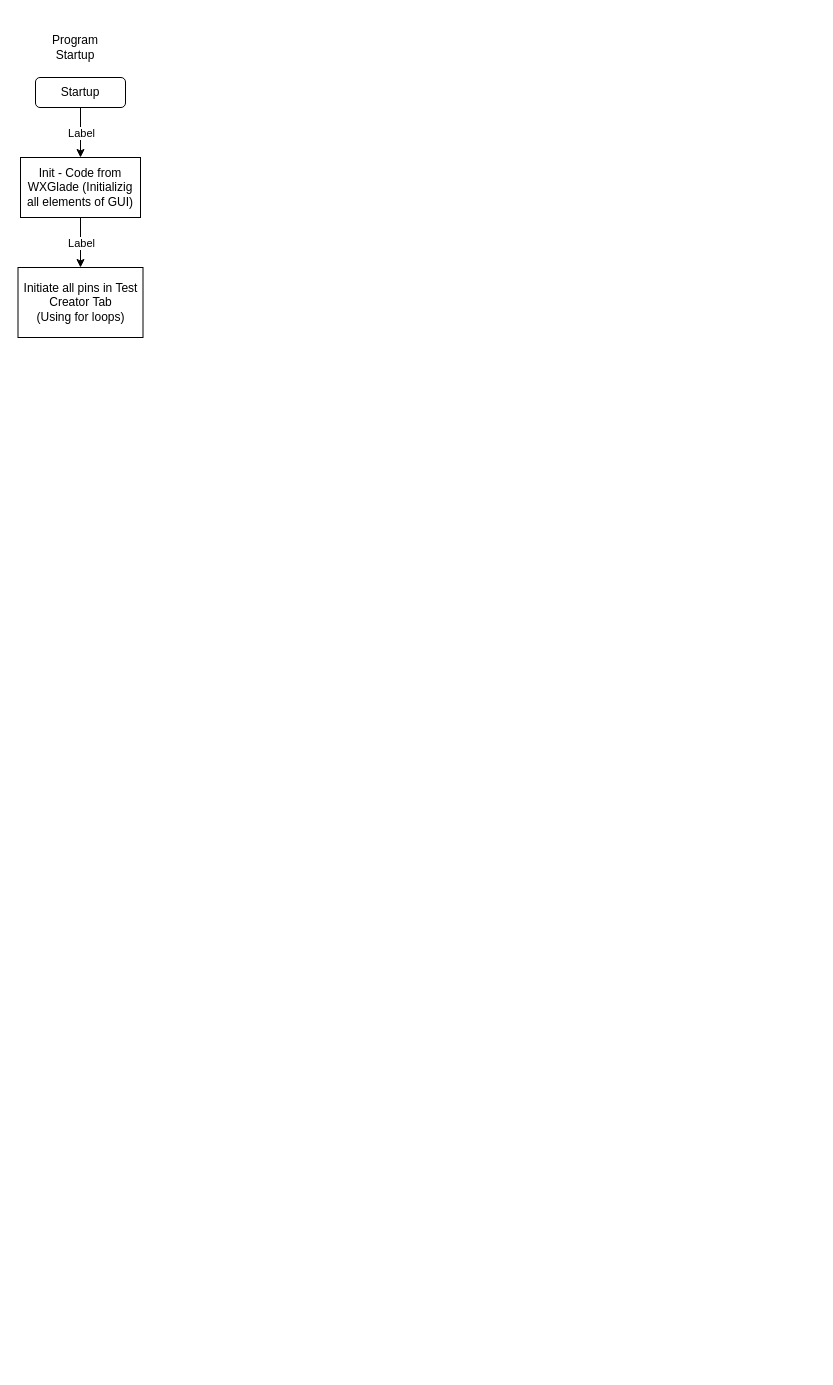
Above: Computer_App/Main_Control_Flow.drawio in calebschmurr/AUNA_Test_Box (draw.io), before the change. Source tidied: cells renumbered, new cells numbered last; positions are measured from the earlier drawing's top-left corner, leaving out a move shared by most shapes. Both pictures are drawn from the tidied source at 100%, with x=0, y=0 at pixel (17, 37).
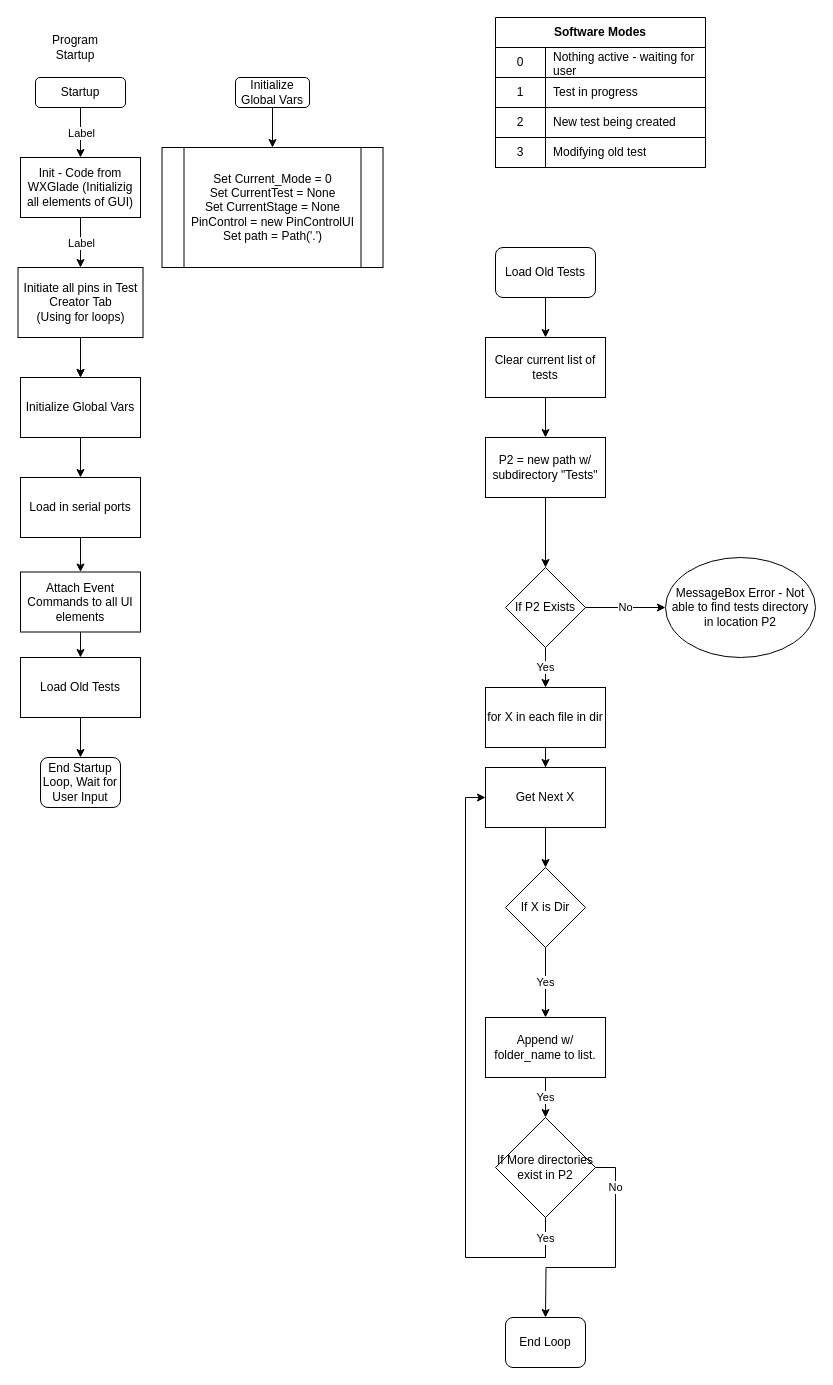
The same page after the edit.

Unchanged cells that the change refers to:
```xml
<mxCell id="7" value="Initiate all pins in Test Creator Tab&lt;br&gt;(Using for loops)" style="rounded=0;whiteSpace=wrap;html=1;" parent="1" vertex="1">
  <mxGeometry x="0.5" y="230" width="125" height="70" as="geometry" />
</mxCell>
```

Change to the diagram source:
```diff
@@
+    <mxCell id="10" style="edgeStyle=orthogonalEdgeStyle;rounded=0;jettySize=auto;html=1;" parent="1" edge="1" source="7" target="11">
+      <mxGeometry relative="1" as="geometry" />
+    </mxCell>
@@
+    <mxCell id="11" value="Initialize Global Vars&lt;br&gt;" style="rounded=0;whiteSpace=wrap;html=1;" parent="1" vertex="1">
+      <mxGeometry x="3" y="340" width="120" height="60" as="geometry" />
+    </mxCell>
+    <mxCell id="12" style="endArrow=classic;html=1;exitX=0.5;exitY=1;exitDx=0;exitDy=0;entryX=0.5;entryY=0;entryDx=0;entryDy=0;" parent="1" edge="1" source="7" target="11">
+      <mxGeometry relative="1" as="geometry" />
+    </mxCell>
+    <mxCell id="13" style="edgeStyle=orthogonalEdgeStyle;rounded=0;jettySize=auto;html=1;" parent="1" edge="1" source="14" target="18">
+      <mxGeometry relative="1" as="geometry" />
+    </mxCell>
+    <mxCell id="14" value="Load in serial ports" style="rounded=0;whiteSpace=wrap;html=1;" parent="1" vertex="1">
+      <mxGeometry x="3" y="440" width="120" height="60" as="geometry" />
+    </mxCell>
+    <mxCell id="15" style="endArrow=classic;html=1;entryX=0.5;entryY=0;entryDx=0;entryDy=0;exitX=0.5;exitY=1;exitDx=0;exitDy=0;" parent="1" edge="1" source="11" target="14">
+      <mxGeometry relative="1" as="geometry" />
+    </mxCell>
+    <mxCell id="16" value="End Startup Loop, Wait for User Input" style="rounded=1;whiteSpace=wrap;html=1;" parent="1" vertex="1">
+      <mxGeometry x="23" y="720" width="80" height="50" as="geometry" />
+    </mxCell>
+    <mxCell id="17" style="edgeStyle=orthogonalEdgeStyle;rounded=0;jettySize=auto;html=1;" parent="1" edge="1" source="18" target="20">
+      <mxGeometry relative="1" as="geometry" />
+    </mxCell>
+    <mxCell id="18" value="Attach Event Commands to all UI elements" style="whiteSpace=wrap;html=1;rounded=0;" parent="1" vertex="1">
+      <mxGeometry x="3" y="534.5" width="120" height="60" as="geometry" />
+    </mxCell>
+    <mxCell id="19" style="edgeStyle=orthogonalEdgeStyle;rounded=0;jettySize=auto;html=1;" parent="1" edge="1" source="20" target="16">
+      <mxGeometry relative="1" as="geometry" />
+    </mxCell>
+    <mxCell id="20" value="Load Old Tests" style="whiteSpace=wrap;html=1;rounded=0;" parent="1" vertex="1">
+      <mxGeometry x="3" y="620" width="120" height="60" as="geometry" />
+    </mxCell>
+    <mxCell id="21" value="Initialize Global Vars" style="rounded=1;whiteSpace=wrap;html=1;" parent="1" vertex="1">
+      <mxGeometry x="218" y="40" width="74" height="30" as="geometry" />
+    </mxCell>
+    <mxCell id="22" value="Set Current_Mode = 0&lt;br&gt;Set CurrentTest = None&lt;br&gt;Set CurrentStage = None&lt;br&gt;PinControl = new PinControlUI&lt;br&gt;Set path = Path('.')" style="shape=process;whiteSpace=wrap;html=1;backgroundOutline=1;" parent="1" vertex="1">
+      <mxGeometry x="144.5" y="110" width="221" height="120" as="geometry" />
+    </mxCell>
+    <mxCell id="23" style="endArrow=classic;html=1;exitX=0.5;exitY=1;exitDx=0;exitDy=0;entryX=0.5;entryY=0;entryDx=0;entryDy=0;" parent="1" edge="1" source="21" target="22">
+      <mxGeometry relative="1" as="geometry" />
+    </mxCell>
+    <mxCell id="24" value="Software Modes" style="shape=table;html=1;whiteSpace=wrap;startSize=30;childLayout=tableLayout;rowLines=0;fontStyle=1;align=center;" parent="1" vertex="1">
+      <mxGeometry x="478" y="-20" width="210" height="150" as="geometry" />
+    </mxCell>
+    <mxCell id="25" style="shape=partialRectangle;html=1;whiteSpace=wrap;fillColor=none;top=0;left=0;bottom=1;right=0;" parent="24" vertex="1">
+      <mxGeometry y="30" width="210" height="30" as="geometry" />
+    </mxCell>
+    <mxCell id="26" value="0" style="shape=partialRectangle;html=1;whiteSpace=wrap;fillColor=none;top=0;left=0;bottom=0;right=0;overflow=hidden;" parent="25" vertex="1">
+      <mxGeometry width="50" height="30" as="geometry" />
+    </mxCell>
+    <mxCell id="27" value="Nothing active - waiting for user" style="shape=partialRectangle;html=1;whiteSpace=wrap;fillColor=none;top=0;left=0;bottom=0;right=0;align=left;spacingLeft=6;overflow=hidden;" parent="25" vertex="1">
+      <mxGeometry x="50" width="160" height="30" as="geometry" />
+    </mxCell>
+    <mxCell id="28" style="shape=partialRectangle;html=1;whiteSpace=wrap;fillColor=none;top=0;left=0;bottom=1;right=0;" parent="24" vertex="1">
+      <mxGeometry y="60" width="210" height="30" as="geometry" />
+    </mxCell>
+    <mxCell id="29" value="1" style="shape=partialRectangle;html=1;whiteSpace=wrap;fillColor=none;top=0;left=0;bottom=0;right=0;overflow=hidden;" parent="28" vertex="1">
+      <mxGeometry width="50" height="30" as="geometry" />
+    </mxCell>
+    <mxCell id="30" value="Test in progress" style="shape=partialRectangle;html=1;whiteSpace=wrap;fillColor=none;top=0;left=0;bottom=0;right=0;align=left;spacingLeft=6;overflow=hidden;" parent="28" vertex="1">
+      <mxGeometry x="50" width="160" height="30" as="geometry" />
+    </mxCell>
+    <mxCell id="31" style="shape=partialRectangle;html=1;whiteSpace=wrap;fillColor=none;top=0;left=0;bottom=1;right=0;" parent="24" vertex="1">
+      <mxGeometry y="90" width="210" height="30" as="geometry" />
+    </mxCell>
+    <mxCell id="32" value="2" style="shape=partialRectangle;html=1;whiteSpace=wrap;fillColor=none;top=0;left=0;bottom=0;right=0;overflow=hidden;" parent="31" vertex="1">
+      <mxGeometry width="50" height="30" as="geometry" />
+    </mxCell>
+    <mxCell id="33" value="New test being created" style="shape=partialRectangle;html=1;whiteSpace=wrap;fillColor=none;top=0;left=0;bottom=0;right=0;align=left;spacingLeft=6;overflow=hidden;" parent="31" vertex="1">
+      <mxGeometry x="50" width="160" height="30" as="geometry" />
+    </mxCell>
+    <mxCell id="34" style="shape=partialRectangle;html=1;whiteSpace=wrap;fillColor=none;top=0;left=0;bottom=1;right=0;" parent="24" vertex="1">
+      <mxGeometry y="120" width="210" height="30" as="geometry" />
+    </mxCell>
+    <mxCell id="35" value="3" style="shape=partialRectangle;html=1;whiteSpace=wrap;fillColor=none;top=0;left=0;bottom=0;right=0;overflow=hidden;" parent="34" vertex="1">
+      <mxGeometry width="50" height="30" as="geometry" />
+    </mxCell>
+    <mxCell id="36" value="Modifying old test" style="shape=partialRectangle;html=1;whiteSpace=wrap;fillColor=none;top=0;left=0;bottom=0;right=0;align=left;spacingLeft=6;overflow=hidden;" parent="34" vertex="1">
+      <mxGeometry x="50" width="160" height="30" as="geometry" />
+    </mxCell>
+    <mxCell id="37" style="edgeStyle=orthogonalEdgeStyle;rounded=0;jettySize=auto;html=1;" parent="1" edge="1" source="38" target="40">
+      <mxGeometry relative="1" as="geometry" />
+    </mxCell>
+    <mxCell id="38" value="Load Old Tests" style="rounded=1;whiteSpace=wrap;html=1;strokeWidth=1;" parent="1" vertex="1">
+      <mxGeometry x="478" y="210" width="100" height="50" as="geometry" />
+    </mxCell>
+    <mxCell id="39" style="edgeStyle=orthogonalEdgeStyle;rounded=0;jettySize=auto;html=1;" parent="1" edge="1" source="40" target="42">
+      <mxGeometry relative="1" as="geometry" />
+    </mxCell>
+    <mxCell id="40" value="Clear current list of tests" style="rounded=0;whiteSpace=wrap;html=1;strokeWidth=1;" parent="1" vertex="1">
+      <mxGeometry x="468" y="300" width="120" height="60" as="geometry" />
+    </mxCell>
+    <mxCell id="41" style="edgeStyle=orthogonalEdgeStyle;rounded=0;jettySize=auto;html=1;" parent="1" edge="1" source="42" target="45">
+      <mxGeometry relative="1" as="geometry" />
+    </mxCell>
+    <mxCell id="42" value="P2 = new path w/ subdirectory &quot;Tests&quot;" style="whiteSpace=wrap;html=1;rounded=0;strokeWidth=1;" parent="1" vertex="1">
+      <mxGeometry x="468" y="400" width="120" height="60" as="geometry" />
+    </mxCell>
+    <mxCell id="43" value="No" style="edgeStyle=orthogonalEdgeStyle;rounded=0;jettySize=auto;html=1;" parent="1" edge="1" source="45" target="46">
+      <mxGeometry relative="1" as="geometry" />
+    </mxCell>
+    <mxCell id="44" value="Yes" style="edgeStyle=orthogonalEdgeStyle;rounded=0;jettySize=auto;html=1;" parent="1" edge="1" source="45" target="48">
+      <mxGeometry relative="1" as="geometry" />
+    </mxCell>
+    <mxCell id="45" value="If P2 Exists" style="rhombus;whiteSpace=wrap;html=1;rounded=0;strokeWidth=1;" parent="1" vertex="1">
+      <mxGeometry x="488" y="530" width="80" height="80" as="geometry" />
+    </mxCell>
+    <mxCell id="46" value="MessageBox Error - Not able to find tests directory in location P2" style="ellipse;whiteSpace=wrap;html=1;rounded=0;strokeWidth=1;" parent="1" vertex="1">
+      <mxGeometry x="648" y="520" width="150" height="100" as="geometry" />
+    </mxCell>
+    <mxCell id="47" style="edgeStyle=orthogonalEdgeStyle;rounded=0;jettySize=auto;html=1;entryX=0.5;entryY=0;entryDx=0;entryDy=0;" parent="1" edge="1" source="48" target="57">
+      <mxGeometry relative="1" as="geometry" />
+    </mxCell>
+    <mxCell id="48" value="for X in each file in dir" style="whiteSpace=wrap;html=1;rounded=0;strokeWidth=1;" parent="1" vertex="1">
+      <mxGeometry x="468" y="650" width="120" height="60" as="geometry" />
+    </mxCell>
+    <mxCell id="49" value="Yes" style="edgeStyle=orthogonalEdgeStyle;rounded=0;jettySize=auto;html=1;" parent="1" edge="1" source="50" target="52">
+      <mxGeometry relative="1" as="geometry" />
+    </mxCell>
+    <mxCell id="50" value="If X is Dir" style="rhombus;whiteSpace=wrap;html=1;rounded=0;strokeWidth=1;" parent="1" vertex="1">
+      <mxGeometry x="488" y="830" width="80" height="80" as="geometry" />
+    </mxCell>
+    <mxCell id="51" value="Yes" style="edgeStyle=orthogonalEdgeStyle;rounded=0;jettySize=auto;html=1;" parent="1" edge="1" source="52" target="55">
+      <mxGeometry relative="1" as="geometry" />
+    </mxCell>
+    <mxCell id="52" value="Append w/ folder_name to list." style="whiteSpace=wrap;html=1;rounded=0;strokeWidth=1;" parent="1" vertex="1">
+      <mxGeometry x="468" y="980" width="120" height="60" as="geometry" />
+    </mxCell>
+    <mxCell id="53" value="Yes" style="edgeStyle=orthogonalEdgeStyle;rounded=0;jettySize=auto;html=1;entryX=0;entryY=0.5;entryDx=0;entryDy=0;exitX=0.5;exitY=1;exitDx=0;exitDy=0;" parent="1" edge="1" source="55" target="57">
+      <mxGeometry x="-0.93" relative="1" as="geometry">
+        <Array as="points">
+          <mxPoint x="528" y="1220" />
+          <mxPoint x="448" y="1220" />
+          <mxPoint x="448" y="760" />
+        </Array>
+      </mxGeometry>
+    </mxCell>
+    <mxCell id="54" value="No" style="edgeStyle=orthogonalEdgeStyle;rounded=0;jettySize=auto;html=1;exitX=1;exitY=0.5;exitDx=0;exitDy=0;entryX=0.5;entryY=0;entryDx=0;entryDy=0;" parent="1" edge="1" source="55">
+      <mxGeometry x="-0.67" relative="1" as="geometry">
+        <mxPoint x="528" y="1280" as="targetPoint" />
+      </mxGeometry>
+    </mxCell>
+    <mxCell id="55" value="If More directories exist in P2" style="rhombus;whiteSpace=wrap;html=1;rounded=0;strokeWidth=1;" parent="1" vertex="1">
+      <mxGeometry x="478" y="1080" width="100" height="100" as="geometry" />
+    </mxCell>
+    <mxCell id="56" style="edgeStyle=orthogonalEdgeStyle;rounded=0;jettySize=auto;html=1;" parent="1" edge="1" source="57" target="50">
+      <mxGeometry relative="1" as="geometry" />
+    </mxCell>
+    <mxCell id="57" value="Get Next X" style="whiteSpace=wrap;html=1;strokeWidth=1;" parent="1" vertex="1">
+      <mxGeometry x="468" y="730" width="120" height="60" as="geometry" />
+    </mxCell>
+    <mxCell id="58" value="End Loop" style="rounded=1;whiteSpace=wrap;html=1;" parent="1" vertex="1">
+      <mxGeometry x="488" y="1280" width="80" height="50" as="geometry" />
+    </mxCell>
```
